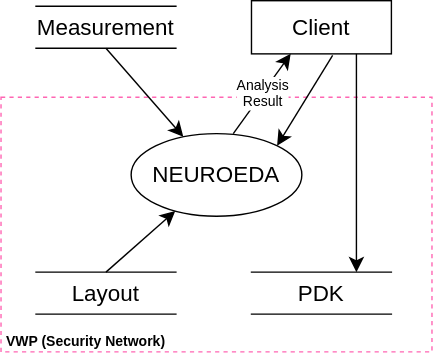
with2say/swarchitect keeps this draw.io diagram as context_diagram.svg. Above is the earlier version. Source tidied: cells renumbered, new cells last; positions are measured from the earlier drawing's top-left corner, leaving out a move shared by most shapes. Its diagram source:
```xml
<mxGraphModel>
  <root>
    <mxCell id="0" />
    <mxCell id="1" parent="0" />
    <mxCell id="2" value="&lt;font style=&quot;font-size: 10px;&quot;&gt;VWP (Security Network)&lt;/font&gt;" style="html=1;fontColor=#000000;fontStyle=1;align=left;verticalAlign=bottom;spacing=0;labelBorderColor=none;fillColor=none;dashed=1;strokeWidth=1;strokeColor=#FF66B3;spacingLeft=4;spacingTop=-3;fontSize=16;" parent="1" vertex="1">
      <mxGeometry y="69" width="308" height="182" as="geometry" />
    </mxCell>
    <mxCell id="3" value="Layout" style="html=1;dashed=0;whiteSpace=wrap;shape=partialRectangle;right=0;left=0;fontSize=16;" parent="1" vertex="1">
      <mxGeometry x="25" y="194" width="100" height="30" as="geometry" />
    </mxCell>
    <mxCell id="4" value="NEUROEDA" style="ellipse;whiteSpace=wrap;html=1;fontSize=16;" parent="1" vertex="1">
      <mxGeometry x="93" y="95" width="122" height="59" as="geometry" />
    </mxCell>
    <mxCell id="5" value="PDK" style="html=1;dashed=0;whiteSpace=wrap;shape=partialRectangle;right=0;left=0;fontSize=16;" parent="1" vertex="1">
      <mxGeometry x="179" y="194" width="100" height="30" as="geometry" />
    </mxCell>
    <mxCell id="6" value="Measurement" style="html=1;dashed=0;whiteSpace=wrap;shape=partialRectangle;right=0;left=0;fontSize=16;" parent="1" vertex="1">
      <mxGeometry x="25" y="4" width="100" height="30" as="geometry" />
    </mxCell>
    <mxCell id="7" style="endArrow=classic;html=1;rounded=0;fontSize=12;startSize=8;endSize=8;curved=1;exitX=0.5;exitY=0;exitDx=0;exitDy=0;" parent="1" edge="1" source="3" target="4">
      <mxGeometry relative="1" as="geometry" />
    </mxCell>
    <mxCell id="8" style="endArrow=classic;html=1;rounded=0;fontSize=12;startSize=8;endSize=8;curved=1;exitX=0.5;exitY=1;exitDx=0;exitDy=0;" parent="1" edge="1" source="6" target="4">
      <mxGeometry relative="1" as="geometry" />
    </mxCell>
    <mxCell id="9" value="Client" style="rounded=0;whiteSpace=wrap;html=1;fontSize=16;" parent="1" vertex="1">
      <mxGeometry x="179" width="100" height="38" as="geometry" />
    </mxCell>
    <mxCell id="10" style="endArrow=classic;html=1;rounded=0;fontSize=12;startSize=8;endSize=8;curved=1;exitX=0.75;exitY=1;exitDx=0;exitDy=0;entryX=0.75;entryY=0;entryDx=0;entryDy=0;" parent="1" edge="1" source="9" target="5">
      <mxGeometry relative="1" as="geometry" />
    </mxCell>
    <mxCell id="11" value="Analysis&lt;br style=&quot;font-size: 10px;&quot;&gt;Result" style="curved=1;endArrow=classic;html=1;rounded=0;fontSize=10;startSize=8;endSize=8;exitX=0.5;exitY=0;exitDx=0;exitDy=0;entryX=0.16;entryY=1;entryDx=0;entryDy=0;entryPerimeter=0;" parent="1" edge="1">
      <mxGeometry relative="1" as="geometry">
        <mxPoint x="166" y="95" as="sourcePoint" />
        <mxPoint x="207" y="38" as="targetPoint" />
      </mxGeometry>
    </mxCell>
    <mxCell id="12" style="curved=1;endArrow=classic;html=1;rounded=0;fontSize=12;startSize=8;endSize=8;entryX=1;entryY=0;entryDx=0;entryDy=0;" parent="1" edge="1" target="4">
      <mxGeometry relative="1" as="geometry">
        <mxPoint x="237" y="39" as="sourcePoint" />
      </mxGeometry>
    </mxCell>
  </root>
</mxGraphModel>
```
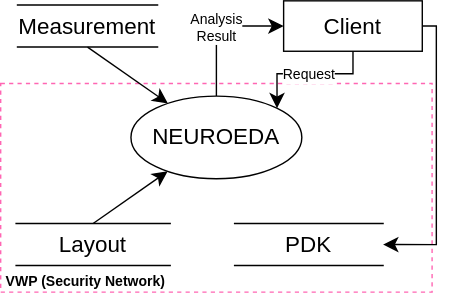
After the change.

What changed in the source:
```diff
@@ -3,19 +3,19 @@
     <mxCell id="0" />
     <mxCell id="1" parent="0" />
     <mxCell id="2" value="&lt;font style=&quot;font-size: 10px;&quot;&gt;VWP (Security Network)&lt;/font&gt;" style="html=1;fontColor=#000000;fontStyle=1;align=left;verticalAlign=bottom;spacing=0;labelBorderColor=none;fillColor=none;dashed=1;strokeWidth=1;strokeColor=#FF66B3;spacingLeft=4;spacingTop=-3;fontSize=16;" parent="1" vertex="1">
-      <mxGeometry y="69" width="308" height="182" as="geometry" />
+      <mxGeometry y="86" width="308" height="149" as="geometry" />
     </mxCell>
     <mxCell id="3" value="Layout" style="html=1;dashed=0;whiteSpace=wrap;shape=partialRectangle;right=0;left=0;fontSize=16;" parent="1" vertex="1">
-      <mxGeometry x="25" y="194" width="100" height="30" as="geometry" />
+      <mxGeometry x="11" y="186" width="110" height="30" as="geometry" />
     </mxCell>
     <mxCell id="4" value="NEUROEDA" style="ellipse;whiteSpace=wrap;html=1;fontSize=16;" parent="1" vertex="1">
       <mxGeometry x="93" y="95" width="122" height="59" as="geometry" />
     </mxCell>
     <mxCell id="5" value="PDK" style="html=1;dashed=0;whiteSpace=wrap;shape=partialRectangle;right=0;left=0;fontSize=16;" parent="1" vertex="1">
-      <mxGeometry x="179" y="194" width="100" height="30" as="geometry" />
+      <mxGeometry x="167" y="186" width="106" height="30" as="geometry" />
     </mxCell>
     <mxCell id="6" value="Measurement" style="html=1;dashed=0;whiteSpace=wrap;shape=partialRectangle;right=0;left=0;fontSize=16;" parent="1" vertex="1">
-      <mxGeometry x="25" y="4" width="100" height="30" as="geometry" />
+      <mxGeometry x="12" y="30" width="100" height="30" as="geometry" />
     </mxCell>
     <mxCell id="7" style="endArrow=classic;html=1;rounded=0;fontSize=12;startSize=8;endSize=8;curved=1;exitX=0.5;exitY=0;exitDx=0;exitDy=0;" parent="1" edge="1" source="3" target="4">
       <mxGeometry relative="1" as="geometry" />
@@ -24,21 +24,16 @@
       <mxGeometry relative="1" as="geometry" />
     </mxCell>
     <mxCell id="9" value="Client" style="rounded=0;whiteSpace=wrap;html=1;fontSize=16;" parent="1" vertex="1">
-      <mxGeometry x="179" width="100" height="38" as="geometry" />
+      <mxGeometry x="202" y="27" width="99" height="36" as="geometry" />
     </mxCell>
-    <mxCell id="10" style="endArrow=classic;html=1;rounded=0;fontSize=12;startSize=8;endSize=8;curved=1;exitX=0.75;exitY=1;exitDx=0;exitDy=0;entryX=0.75;entryY=0;entryDx=0;entryDy=0;" parent="1" edge="1" source="9" target="5">
+    <mxCell id="10" style="endArrow=classic;html=1;rounded=0;fontSize=12;startSize=8;endSize=8;entryX=1;entryY=0.5;entryDx=0;entryDy=0;edgeStyle=orthogonalEdgeStyle;exitX=1;exitY=0.5;exitDx=0;exitDy=0;" parent="1" edge="1" source="9" target="5">
       <mxGeometry relative="1" as="geometry" />
     </mxCell>
-    <mxCell id="11" value="Analysis&lt;br style=&quot;font-size: 10px;&quot;&gt;Result" style="curved=1;endArrow=classic;html=1;rounded=0;fontSize=10;startSize=8;endSize=8;exitX=0.5;exitY=0;exitDx=0;exitDy=0;entryX=0.16;entryY=1;entryDx=0;entryDy=0;entryPerimeter=0;" parent="1" edge="1">
-      <mxGeometry relative="1" as="geometry">
-        <mxPoint x="166" y="95" as="sourcePoint" />
-        <mxPoint x="207" y="38" as="targetPoint" />
-      </mxGeometry>
+    <mxCell id="11" value="Analysis&lt;br style=&quot;font-size: 10px;&quot;&gt;Result" style="endArrow=classic;html=1;rounded=0;fontSize=10;startSize=8;endSize=8;entryX=0;entryY=0.5;entryDx=0;entryDy=0;edgeStyle=orthogonalEdgeStyle;" parent="1" edge="1" source="4" target="9">
+      <mxGeometry relative="1" as="geometry" />
     </mxCell>
-    <mxCell id="12" style="curved=1;endArrow=classic;html=1;rounded=0;fontSize=12;startSize=8;endSize=8;entryX=1;entryY=0;entryDx=0;entryDy=0;" parent="1" edge="1" target="4">
-      <mxGeometry relative="1" as="geometry">
-        <mxPoint x="237" y="39" as="sourcePoint" />
-      </mxGeometry>
+    <mxCell id="12" value="&lt;font style=&quot;font-size: 10px;&quot;&gt;Request&lt;/font&gt;" style="endArrow=classic;html=1;rounded=0;fontSize=12;startSize=8;endSize=8;edgeStyle=orthogonalEdgeStyle;entryX=1;entryY=0;entryDx=0;entryDy=0;" parent="1" edge="1" source="9" target="4">
+      <mxGeometry relative="1" as="geometry" />
     </mxCell>
   </root>
 </mxGraphModel>
```
